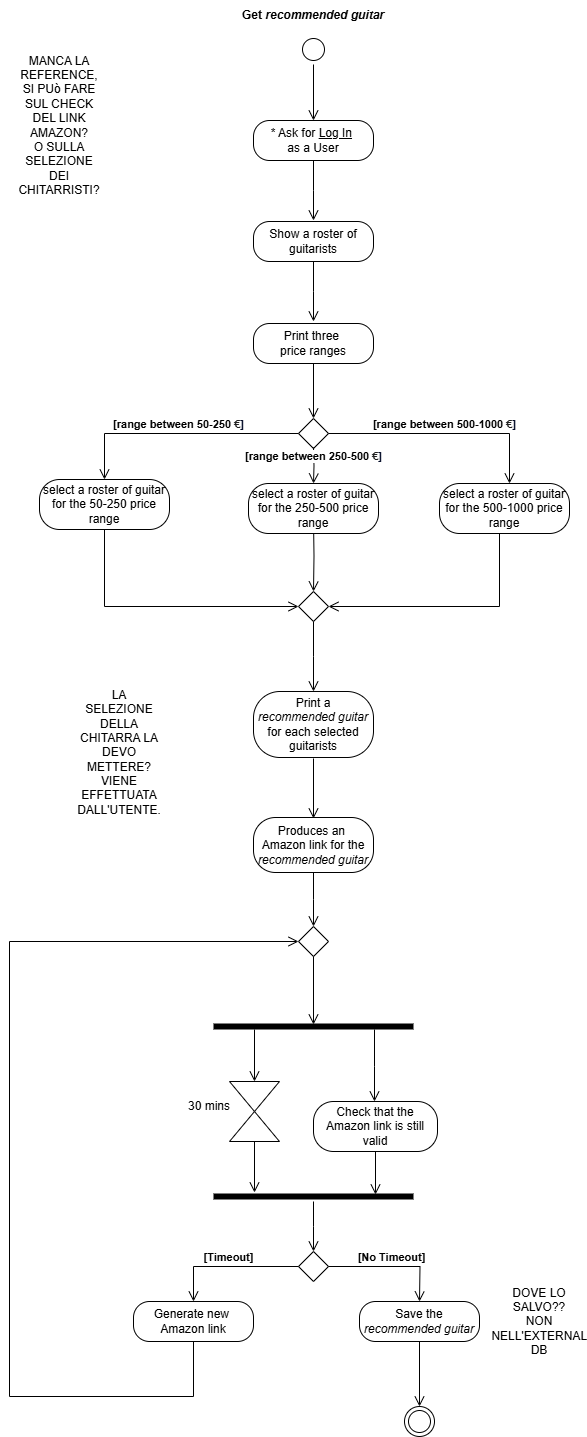
TizianoLilli/ISPW-Project keeps this draw.io diagram as ActivityDiagramM.drawio.png. Above is the earlier version. Source tidied: cells renumbered, new cells last; positions are measured from the earlier drawing's top-left corner, leaving out a move shared by most shapes.
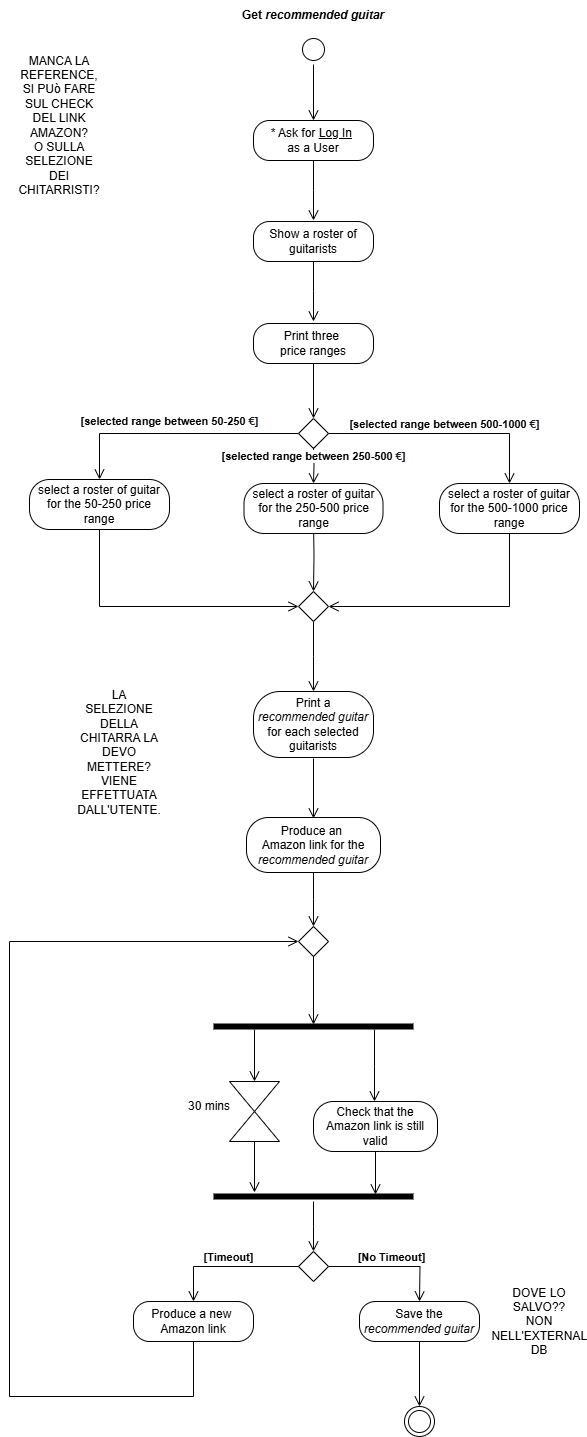
Above is the later version.

What changed in the source:
```diff
@@ -13,7 +13,7 @@
     <mxCell id="4" style="rhombus;whiteSpace=wrap;html=1;labelBackgroundColor=none;" parent="1" vertex="1">
       <mxGeometry x="289" y="418" width="30" height="30" as="geometry" />
     </mxCell>
-    <mxCell id="5" value="&lt;b&gt;[range between 500-1000&amp;nbsp;&lt;span style=&quot;text-align: left; text-wrap-mode: wrap; color: rgb(31, 31, 31); background-color: rgb(255, 255, 255);&quot;&gt;€&lt;/span&gt;&lt;span style=&quot;text-align: left; background-color: initial;&quot;&gt;&lt;font style=&quot;&quot; face=&quot;Helvetica&quot;&gt;&lt;font style=&quot;&quot; color=&quot;#040c28&quot;&gt;&lt;span style=&quot;text-wrap-mode: wrap;&quot;&gt;]&lt;/span&gt;&lt;/font&gt;&lt;/font&gt;&lt;/span&gt;&lt;/b&gt;" style="edgeStyle=orthogonalEdgeStyle;html=1;verticalAlign=bottom;endArrow=open;endSize=8;rounded=0;exitX=1;exitY=0.5;exitDx=0;exitDy=0;labelBackgroundColor=none;fontColor=default;" parent="1" edge="1" source="4" target="13">
+    <mxCell id="5" value="&lt;b&gt;[&lt;/b&gt;&lt;b style=&quot;text-align: left;&quot;&gt;selected&amp;nbsp;&lt;/b&gt;&lt;b&gt;range between 500-1000&amp;nbsp;&lt;span style=&quot;text-align: left; text-wrap-mode: wrap; color: rgb(31, 31, 31); background-color: rgb(255, 255, 255);&quot;&gt;€&lt;/span&gt;&lt;span style=&quot;text-align: left; background-color: initial;&quot;&gt;&lt;font style=&quot;&quot; face=&quot;Helvetica&quot;&gt;&lt;font style=&quot;&quot; color=&quot;#040c28&quot;&gt;&lt;span style=&quot;text-wrap-mode: wrap;&quot;&gt;]&lt;/span&gt;&lt;/font&gt;&lt;/font&gt;&lt;/span&gt;&lt;/b&gt;" style="edgeStyle=orthogonalEdgeStyle;html=1;verticalAlign=bottom;endArrow=open;endSize=8;rounded=0;exitX=1;exitY=0.5;exitDx=0;exitDy=0;labelBackgroundColor=none;fontColor=default;" parent="1" edge="1" source="4" target="13">
       <mxGeometry relative="1" as="geometry">
         <Array as="points">
           <mxPoint x="500" y="433" />
@@ -24,11 +24,12 @@
       <mxGeometry relative="1" as="geometry">
         <mxPoint x="490" y="519" as="sourcePoint" />
         <Array as="points">
-          <mxPoint x="490" y="606" />
+          <mxPoint x="500" y="519" />
+          <mxPoint x="500" y="606" />
         </Array>
       </mxGeometry>
     </mxCell>
-    <mxCell id="7" value="&lt;b&gt;[range between 250-500&amp;nbsp;&lt;span style=&quot;text-align: left; text-wrap-mode: wrap; color: rgb(31, 31, 31);&quot;&gt;€&lt;/span&gt;&lt;span style=&quot;text-align: left;&quot;&gt;&lt;font face=&quot;Helvetica&quot; style=&quot;&quot;&gt;&lt;font color=&quot;#040c28&quot; style=&quot;&quot;&gt;&lt;span style=&quot;text-wrap-mode: wrap;&quot;&gt;]&lt;/span&gt;&lt;/font&gt;&lt;/font&gt;&lt;/span&gt;&lt;/b&gt;" style="edgeStyle=orthogonalEdgeStyle;html=1;verticalAlign=bottom;endArrow=open;endSize=8;rounded=0;exitX=0.5;exitY=1;exitDx=0;exitDy=0;labelBackgroundColor=default;fontColor=default;entryX=0.5;entryY=0;entryDx=0;entryDy=0;" parent="1" edge="1" target="12">
+    <mxCell id="7" value="&lt;b&gt;[&lt;/b&gt;&lt;b style=&quot;text-align: left; background-color: rgb(251, 251, 251);&quot;&gt;&lt;span style=&quot;background-color: initial;&quot;&gt;selected&amp;nbsp;&lt;/span&gt;&lt;/b&gt;&lt;b&gt;range between 250-500&amp;nbsp;&lt;span style=&quot;text-align: left; text-wrap-mode: wrap; color: rgb(31, 31, 31);&quot;&gt;€&lt;/span&gt;&lt;span style=&quot;text-align: left;&quot;&gt;&lt;font face=&quot;Helvetica&quot; style=&quot;&quot;&gt;&lt;font color=&quot;#040c28&quot; style=&quot;&quot;&gt;&lt;span style=&quot;text-wrap-mode: wrap;&quot;&gt;]&lt;/span&gt;&lt;/font&gt;&lt;/font&gt;&lt;/span&gt;&lt;/b&gt;" style="edgeStyle=orthogonalEdgeStyle;html=1;verticalAlign=bottom;endArrow=open;endSize=8;rounded=0;exitX=0.5;exitY=1;exitDx=0;exitDy=0;labelBackgroundColor=default;fontColor=default;entryX=0.5;entryY=0;entryDx=0;entryDy=0;" parent="1" edge="1" target="12">
       <mxGeometry relative="1" as="geometry">
         <mxPoint x="304" y="447" as="sourcePoint" />
       </mxGeometry>
@@ -38,25 +39,26 @@
         <mxPoint x="304" y="519" as="sourcePoint" />
       </mxGeometry>
     </mxCell>
-    <mxCell id="9" value="&lt;div style=&quot;text-align: left;&quot;&gt;&lt;b&gt;&lt;span style=&quot;background-color: initial;&quot;&gt;&lt;font style=&quot;&quot; face=&quot;Helvetica&quot;&gt;[range between 50-250&amp;nbsp;&lt;/font&gt;&lt;/span&gt;&lt;span style=&quot;text-wrap-mode: wrap; color: rgb(31, 31, 31); text-align: left; background-color: rgb(255, 255, 255);&quot;&gt;&lt;font style=&quot;font-size: 11px;&quot;&gt;€&lt;/font&gt;&lt;/span&gt;&lt;span style=&quot;background-color: initial;&quot;&gt;&lt;font style=&quot;&quot; face=&quot;Helvetica&quot;&gt;&lt;font style=&quot;&quot; color=&quot;#040c28&quot;&gt;&lt;span style=&quot;text-wrap-mode: wrap;&quot;&gt;]&lt;/span&gt;&lt;/font&gt;&lt;/font&gt;&lt;/span&gt;&lt;/b&gt;&lt;/div&gt;" style="edgeStyle=orthogonalEdgeStyle;html=1;verticalAlign=bottom;endArrow=open;endSize=8;rounded=0;exitX=0;exitY=0.5;exitDx=0;exitDy=0;labelBackgroundColor=none;fontColor=default;entryX=0.5;entryY=0;entryDx=0;entryDy=0;" parent="1" edge="1" source="4" target="10">
-      <mxGeometry relative="1" as="geometry" />
+    <mxCell id="9" value="&lt;div style=&quot;text-align: left;&quot;&gt;&lt;b&gt;&lt;span style=&quot;background-color: initial;&quot;&gt;&lt;font style=&quot;&quot; face=&quot;Helvetica&quot;&gt;[selected range between 50-250&amp;nbsp;&lt;/font&gt;&lt;/span&gt;&lt;span style=&quot;text-wrap-mode: wrap; color: rgb(31, 31, 31); text-align: left; background-color: rgb(255, 255, 255);&quot;&gt;&lt;font style=&quot;font-size: 11px;&quot;&gt;€&lt;/font&gt;&lt;/span&gt;&lt;span style=&quot;background-color: initial;&quot;&gt;&lt;font style=&quot;&quot; face=&quot;Helvetica&quot;&gt;&lt;font style=&quot;&quot; color=&quot;#040c28&quot;&gt;&lt;span style=&quot;text-wrap-mode: wrap;&quot;&gt;]&lt;/span&gt;&lt;/font&gt;&lt;/font&gt;&lt;/span&gt;&lt;/b&gt;&lt;/div&gt;" style="edgeStyle=orthogonalEdgeStyle;html=1;verticalAlign=bottom;endArrow=open;endSize=8;rounded=0;exitX=0;exitY=0.5;exitDx=0;exitDy=0;labelBackgroundColor=none;fontColor=default;entryX=0.5;entryY=0;entryDx=0;entryDy=0;" parent="1" edge="1" source="4" target="10">
+      <mxGeometry x="0.05" y="-3" relative="1" as="geometry" />
     </mxCell>
     <mxCell id="10" value="select a roster of guitar for the 50-250 price range" style="rounded=1;whiteSpace=wrap;html=1;arcSize=40;labelBackgroundColor=none;" parent="1" vertex="1">
-      <mxGeometry x="30" y="479" width="130" height="50" as="geometry" />
+      <mxGeometry x="20" y="479" width="140" height="50" as="geometry" />
     </mxCell>
     <mxCell id="11" style="edgeStyle=orthogonalEdgeStyle;html=1;verticalAlign=bottom;endArrow=open;endSize=8;rounded=0;entryX=0;entryY=0.5;entryDx=0;entryDy=0;labelBackgroundColor=none;fontColor=default;" parent="1" edge="1" target="16">
       <mxGeometry relative="1" as="geometry">
         <mxPoint x="95" y="529" as="sourcePoint" />
         <Array as="points">
-          <mxPoint x="95" y="606" />
+          <mxPoint x="90" y="529" />
+          <mxPoint x="90" y="606" />
         </Array>
       </mxGeometry>
     </mxCell>
     <mxCell id="12" value="select a roster of guitar for the 250-500 price range" style="rounded=1;whiteSpace=wrap;html=1;arcSize=40;labelBackgroundColor=none;" parent="1" vertex="1">
-      <mxGeometry x="239" y="483" width="130" height="50" as="geometry" />
+      <mxGeometry x="234.5" y="483" width="139" height="50" as="geometry" />
     </mxCell>
     <mxCell id="13" value="select a roster of guitar for the 500-1000 price range" style="rounded=1;whiteSpace=wrap;html=1;arcSize=40;labelBackgroundColor=none;" parent="1" vertex="1">
-      <mxGeometry x="430" y="483" width="130" height="50" as="geometry" />
+      <mxGeometry x="430" y="483" width="140" height="50" as="geometry" />
     </mxCell>
     <mxCell id="14" value="Show a roster of guitarists" style="rounded=1;whiteSpace=wrap;html=1;arcSize=40;labelBackgroundColor=none;" parent="1" vertex="1">
       <mxGeometry x="244" y="221" width="120" height="40" as="geometry" />
@@ -83,8 +85,8 @@
         <mxPoint x="304" y="818" as="targetPoint" />
       </mxGeometry>
     </mxCell>
-    <mxCell id="20" value="Produces an&amp;nbsp;&lt;div&gt;Amazon link for the&lt;/div&gt;&lt;div&gt;&lt;i&gt;recommended guitar&lt;/i&gt;&lt;/div&gt;" style="rounded=1;whiteSpace=wrap;html=1;arcSize=40;labelBackgroundColor=none;" parent="1" vertex="1">
-      <mxGeometry x="244" y="817" width="120" height="55" as="geometry" />
+    <mxCell id="20" value="Produce an&amp;nbsp;&lt;div&gt;Amazon link for the&lt;/div&gt;&lt;div&gt;&lt;i&gt;recommended guitar&lt;/i&gt;&lt;/div&gt;" style="rounded=1;whiteSpace=wrap;html=1;arcSize=40;labelBackgroundColor=none;" parent="1" vertex="1">
+      <mxGeometry x="237" y="817" width="134" height="55" as="geometry" />
     </mxCell>
     <mxCell id="21" style="edgeStyle=orthogonalEdgeStyle;html=1;verticalAlign=bottom;endArrow=open;endSize=8;rounded=0;labelBackgroundColor=none;fontColor=default;" parent="1" edge="1" source="20">
       <mxGeometry relative="1" as="geometry">
@@ -142,7 +144,7 @@
     <mxCell id="36" value="&lt;b&gt;[Timeout]&lt;/b&gt;" style="edgeStyle=orthogonalEdgeStyle;html=1;verticalAlign=bottom;endArrow=open;endSize=8;rounded=0;exitX=0;exitY=0.5;exitDx=0;exitDy=0;labelBackgroundColor=none;fontColor=default;" parent="1" edge="1" source="26" target="37">
       <mxGeometry relative="1" as="geometry" />
     </mxCell>
-    <mxCell id="37" value="Generate new&amp;nbsp;&lt;div&gt;Amazon link&lt;/div&gt;" style="rounded=1;whiteSpace=wrap;html=1;arcSize=40;labelBackgroundColor=none;" parent="1" vertex="1">
+    <mxCell id="37" value="&lt;div&gt;&lt;span style=&quot;background-color: initial;&quot;&gt;Produce a new&amp;nbsp;&lt;/span&gt;&lt;/div&gt;&lt;div&gt;Amazon link&lt;/div&gt;" style="rounded=1;whiteSpace=wrap;html=1;arcSize=40;labelBackgroundColor=none;" parent="1" vertex="1">
       <mxGeometry x="124" y="1301" width="120" height="40" as="geometry" />
     </mxCell>
     <mxCell id="38" style="edgeStyle=orthogonalEdgeStyle;html=1;verticalAlign=bottom;endArrow=open;endSize=8;rounded=0;exitX=0.5;exitY=1;exitDx=0;exitDy=0;entryX=0;entryY=0.5;entryDx=0;entryDy=0;labelBackgroundColor=none;fontColor=default;" parent="1" edge="1" source="37" target="39">
```
